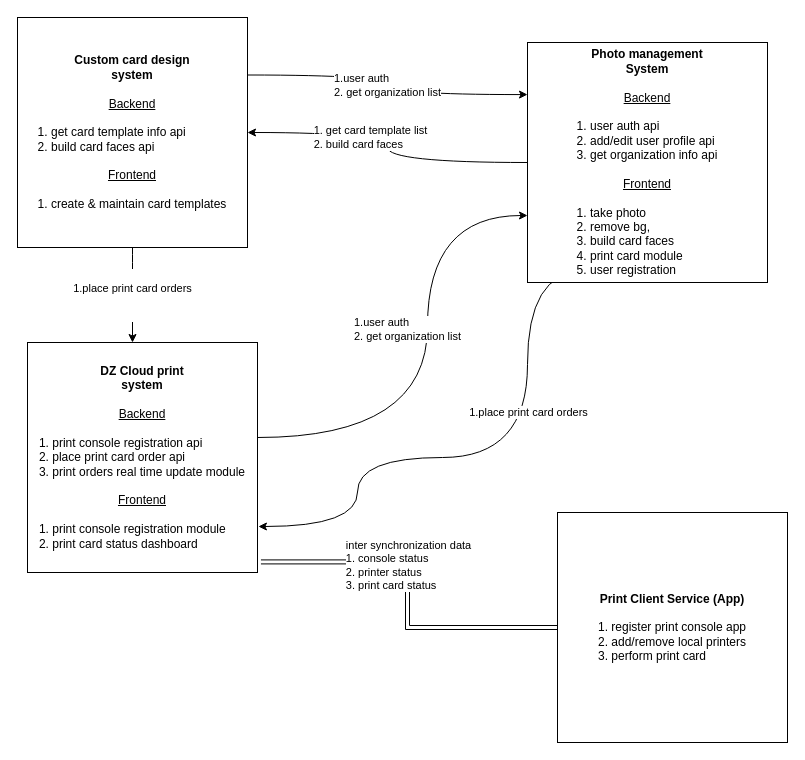
delphihero/MyDocument keeps this draw.io diagram as page "overview" (1 of 4) of SmartPhotoID.drawio. Above is the earlier version. Source tidied: cells renumbered, new cells numbered last; positions are measured from the earlier drawing's top-left corner, leaving out a move shared by most shapes. Both pictures are drawn from the tidied source at 100%, with x=0, y=0 at pixel (17, 17).
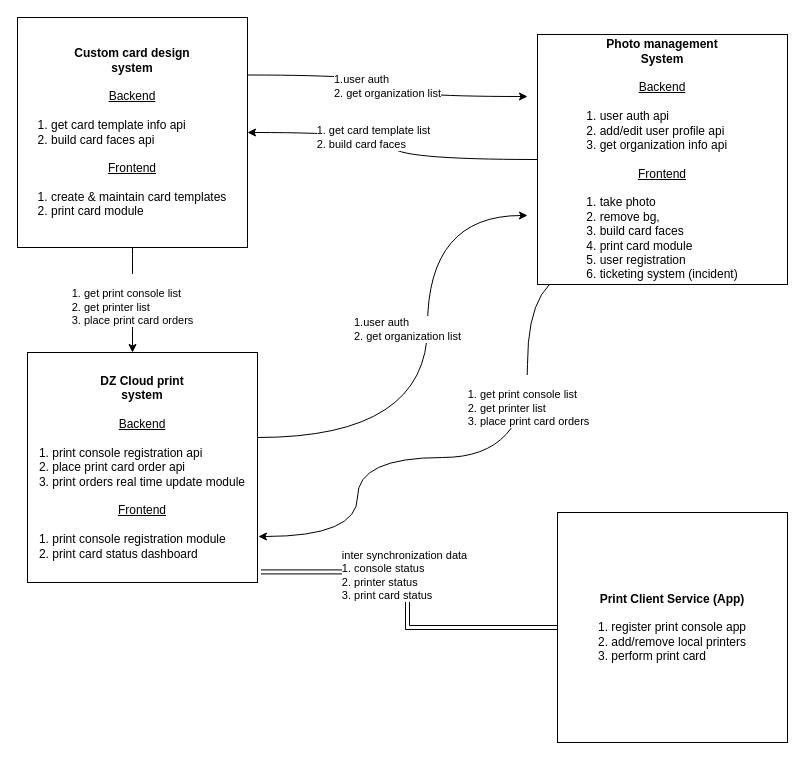
After the change.

Unchanged cells that the change refers to:
```xml
<mxCell id="4" style="edgeStyle=orthogonalEdgeStyle;curved=1;rounded=0;jettySize=auto;html=1;entryX=1.004;entryY=0.8;entryDx=0;entryDy=0;entryPerimeter=0;exitX=0.465;exitY=0.996;exitDx=0;exitDy=0;exitPerimeter=0;" parent="1" edge="1" source="6" target="13">
  <mxGeometry relative="1" as="geometry">
    <Array as="points">
      <mxPoint x="622" y="254" />
      <mxPoint x="510" y="254" />
      <mxPoint x="510" y="440" />
      <mxPoint x="340" y="440" />
      <mxPoint x="340" y="509" />
    </Array>
  </mxGeometry>
</mxCell>
```

Change to the diagram source:
```diff
@@
-    <mxCell id="5" value="1.place print card orders" style="edgeLabel;html=1;align=center;verticalAlign=middle;" parent="4" vertex="1">
+    <mxCell id="5" value="&lt;br&gt;&lt;div align=&quot;left&quot;&gt;1. get print console list&lt;/div&gt;&lt;div align=&quot;left&quot;&gt;2. get printer list&lt;br&gt;&lt;/div&gt;&lt;div align=&quot;left&quot;&gt;3. place print card orders&lt;/div&gt;" style="edgeLabel;html=1;align=center;verticalAlign=middle;" parent="4" vertex="1">
       <mxGeometry x="-0.54" y="-58" relative="1" as="geometry">
         <mxPoint x="58" y="113" as="offset" />
       </mxGeometry>
     </mxCell>
-    <mxCell id="6" value="&lt;div&gt;&lt;b&gt;Photo management&lt;/b&gt;&lt;/div&gt;&lt;div&gt;&lt;b&gt;System&lt;/b&gt;&lt;/div&gt;&lt;div&gt;&lt;b&gt;&lt;br&gt;&lt;/b&gt;&lt;/div&gt;&lt;div&gt;&lt;u&gt;Backend&lt;/u&gt;&lt;br&gt;&lt;/div&gt;&lt;div&gt;&lt;br&gt;&lt;/div&gt;&lt;div align=&quot;left&quot;&gt;1. user auth api&lt;br&gt;&lt;/div&gt;&lt;div align=&quot;left&quot;&gt;2. add/edit user profile api&lt;/div&gt;&lt;div align=&quot;left&quot;&gt;3. get organization info api&lt;br&gt;&lt;/div&gt;&lt;div align=&quot;left&quot;&gt;&lt;br&gt;&lt;/div&gt;&lt;div align=&quot;center&quot;&gt;&lt;u&gt;Frontend&lt;/u&gt;&lt;br&gt;&lt;/div&gt;&lt;div align=&quot;left&quot;&gt;&lt;br&gt;&lt;/div&gt;&lt;div align=&quot;left&quot;&gt;1. take photo&lt;/div&gt;&lt;div align=&quot;left&quot;&gt;2. remove bg, &lt;br&gt;&lt;/div&gt;&lt;div align=&quot;left&quot;&gt;3. build card faces&lt;/div&gt;&lt;div align=&quot;left&quot;&gt;4. print card module&lt;/div&gt;&lt;div align=&quot;left&quot;&gt;5. user registration&lt;br&gt;&lt;/div&gt;" style="whiteSpace=wrap;html=1;" parent="1" vertex="1">
-      <mxGeometry x="510" y="25" width="240" height="240" as="geometry" />
+    <mxCell id="6" value="&lt;div&gt;&lt;b&gt;Photo management&lt;/b&gt;&lt;/div&gt;&lt;div&gt;&lt;b&gt;System&lt;/b&gt;&lt;/div&gt;&lt;div&gt;&lt;b&gt;&lt;br&gt;&lt;/b&gt;&lt;/div&gt;&lt;div&gt;&lt;u&gt;Backend&lt;/u&gt;&lt;br&gt;&lt;/div&gt;&lt;div&gt;&lt;br&gt;&lt;/div&gt;&lt;div align=&quot;left&quot;&gt;1. user auth api&lt;br&gt;&lt;/div&gt;&lt;div align=&quot;left&quot;&gt;2. add/edit user profile api&lt;/div&gt;&lt;div align=&quot;left&quot;&gt;3. get organization info api&lt;br&gt;&lt;/div&gt;&lt;div align=&quot;left&quot;&gt;&lt;br&gt;&lt;/div&gt;&lt;div align=&quot;center&quot;&gt;&lt;u&gt;Frontend&lt;/u&gt;&lt;br&gt;&lt;/div&gt;&lt;div align=&quot;left&quot;&gt;&lt;br&gt;&lt;/div&gt;&lt;div align=&quot;left&quot;&gt;1. take photo&lt;/div&gt;&lt;div align=&quot;left&quot;&gt;2. remove bg, &lt;br&gt;&lt;/div&gt;&lt;div align=&quot;left&quot;&gt;3. build card faces&lt;/div&gt;&lt;div align=&quot;left&quot;&gt;4. print card module&lt;/div&gt;&lt;div align=&quot;left&quot;&gt;5. user registration&lt;/div&gt;&lt;div align=&quot;left&quot;&gt;6. ticketing system (incident)&lt;br&gt;&lt;/div&gt;" style="whiteSpace=wrap;html=1;" parent="1" vertex="1">
+      <mxGeometry x="520" y="17" width="250" height="250" as="geometry" />
     </mxCell>
-    <mxCell id="7" value="&lt;div align=&quot;left&quot;&gt;1.user auth&lt;/div&gt;&lt;div align=&quot;left&quot;&gt;2. get organization list&lt;br&gt;&lt;/div&gt;" style="edgeStyle=orthogonalEdgeStyle;rounded=0;jettySize=auto;html=1;exitX=1;exitY=0.25;exitDx=0;exitDy=0;curved=1;entryX=0;entryY=0.217;entryDx=0;entryDy=0;entryPerimeter=0;" parent="1" edge="1" source="9" target="6">
+    <mxCell id="7" value="&lt;div align=&quot;left&quot;&gt;1.user auth&lt;/div&gt;&lt;div align=&quot;left&quot;&gt;2. get organization list&lt;br&gt;&lt;/div&gt;" style="edgeStyle=orthogonalEdgeStyle;rounded=0;jettySize=auto;html=1;exitX=1;exitY=0.25;exitDx=0;exitDy=0;curved=1;" parent="1" edge="1" source="9">
       <mxGeometry relative="1" as="geometry">
+        <mxPoint x="510" y="79" as="targetPoint" />
         <Array as="points">
           <mxPoint x="370" y="58" />
-          <mxPoint x="370" y="77" />
+          <mxPoint x="370" y="79" />
         </Array>
       </mxGeometry>
     </mxCell>
-    <mxCell id="8" value="&#10;1.place print card orders&#10;&#10;" style="edgeStyle=orthogonalEdgeStyle;curved=1;rounded=0;jettySize=auto;html=1;" parent="1" edge="1" source="9" target="13">
+    <mxCell id="8" value="&lt;br&gt;&lt;div align=&quot;left&quot;&gt;1. get print console list&lt;/div&gt;&lt;div align=&quot;left&quot;&gt;2. get printer list&lt;br&gt;&lt;/div&gt;&lt;div align=&quot;left&quot;&gt;3. place print card orders&lt;/div&gt;" style="edgeStyle=orthogonalEdgeStyle;curved=1;rounded=0;jettySize=auto;html=1;" parent="1" edge="1" source="9" target="13">
       <mxGeometry relative="1" as="geometry">
         <Array as="points">
           <mxPoint x="115" y="255" />
           <mxPoint x="115" y="255" />
         </Array>
       </mxGeometry>
     </mxCell>
-    <mxCell id="9" value="&lt;div&gt;&lt;b&gt;Custom card design &lt;br&gt;&lt;/b&gt;&lt;/div&gt;&lt;div&gt;&lt;b&gt;system&lt;/b&gt;&lt;/div&gt;&lt;div&gt;&lt;b&gt;&lt;br&gt;&lt;/b&gt;&lt;/div&gt;&lt;div&gt;&lt;u&gt;Backend&lt;/u&gt;&lt;/div&gt;&lt;div&gt;&lt;br&gt;&lt;/div&gt;&lt;div align=&quot;left&quot;&gt;1. get card template info api&lt;br&gt;&lt;/div&gt;&lt;div align=&quot;left&quot;&gt;2. build card faces api&lt;/div&gt;&lt;div align=&quot;left&quot;&gt;&lt;br&gt;&lt;/div&gt;&lt;div align=&quot;center&quot;&gt;&lt;u&gt;Frontend&lt;/u&gt;&lt;/div&gt;&lt;div align=&quot;center&quot;&gt;&lt;u&gt;&lt;br&gt;&lt;/u&gt;&lt;/div&gt;&lt;div align=&quot;left&quot;&gt;1. create &amp;amp; maintain card templates&lt;/div&gt;" style="whiteSpace=wrap;html=1;" parent="1" vertex="1">
+    <mxCell id="9" value="&lt;div&gt;&lt;b&gt;Custom card design &lt;br&gt;&lt;/b&gt;&lt;/div&gt;&lt;div&gt;&lt;b&gt;system&lt;/b&gt;&lt;/div&gt;&lt;div&gt;&lt;b&gt;&lt;br&gt;&lt;/b&gt;&lt;/div&gt;&lt;div&gt;&lt;u&gt;Backend&lt;/u&gt;&lt;/div&gt;&lt;div&gt;&lt;br&gt;&lt;/div&gt;&lt;div align=&quot;left&quot;&gt;1. get card template info api&lt;br&gt;&lt;/div&gt;&lt;div align=&quot;left&quot;&gt;2. build card faces api&lt;/div&gt;&lt;div align=&quot;left&quot;&gt;&lt;br&gt;&lt;/div&gt;&lt;div align=&quot;center&quot;&gt;&lt;u&gt;Frontend&lt;/u&gt;&lt;/div&gt;&lt;div align=&quot;center&quot;&gt;&lt;u&gt;&lt;br&gt;&lt;/u&gt;&lt;/div&gt;&lt;div align=&quot;left&quot;&gt;1. create &amp;amp; maintain card templates&lt;/div&gt;&lt;div align=&quot;left&quot;&gt;2. print card module&lt;/div&gt;" style="whiteSpace=wrap;html=1;" parent="1" vertex="1">
       <mxGeometry width="230" height="230" as="geometry" />
     </mxCell>
@@
     <mxCell id="13" value="&lt;div&gt;&lt;b&gt;DZ Cloud print &lt;br&gt;&lt;/b&gt;&lt;/div&gt;&lt;div&gt;&lt;b&gt;system&lt;/b&gt;&lt;/div&gt;&lt;div&gt;&lt;div align=&quot;center&quot;&gt;&lt;u&gt;&lt;br&gt;&lt;/u&gt;&lt;/div&gt;&lt;div align=&quot;center&quot;&gt;&lt;u&gt;Backend&lt;/u&gt;&lt;/div&gt;&lt;div align=&quot;left&quot;&gt;&lt;br&gt;&lt;/div&gt;&lt;div align=&quot;left&quot;&gt;1. print console registration api&lt;/div&gt;&lt;div align=&quot;left&quot;&gt;2. place print card order api&lt;br&gt;&lt;/div&gt;&lt;/div&gt;&lt;div align=&quot;left&quot;&gt;3. print orders real time update module&lt;br&gt;&lt;/div&gt;&lt;div align=&quot;left&quot;&gt;&lt;br&gt;&lt;/div&gt;&lt;div align=&quot;center&quot;&gt;&lt;u&gt;Frontend&lt;/u&gt;&lt;/div&gt;&lt;div&gt;&lt;br&gt;&lt;div align=&quot;left&quot;&gt;1. print console registration module&lt;/div&gt;&lt;/div&gt;&lt;div align=&quot;left&quot;&gt;2. print card status dashboard&lt;br&gt;&lt;/div&gt;" style="whiteSpace=wrap;html=1;" parent="1" vertex="1">
-      <mxGeometry x="10" y="325" width="230" height="230" as="geometry" />
+      <mxGeometry x="10" y="335" width="230" height="230" as="geometry" />
     </mxCell>
```
